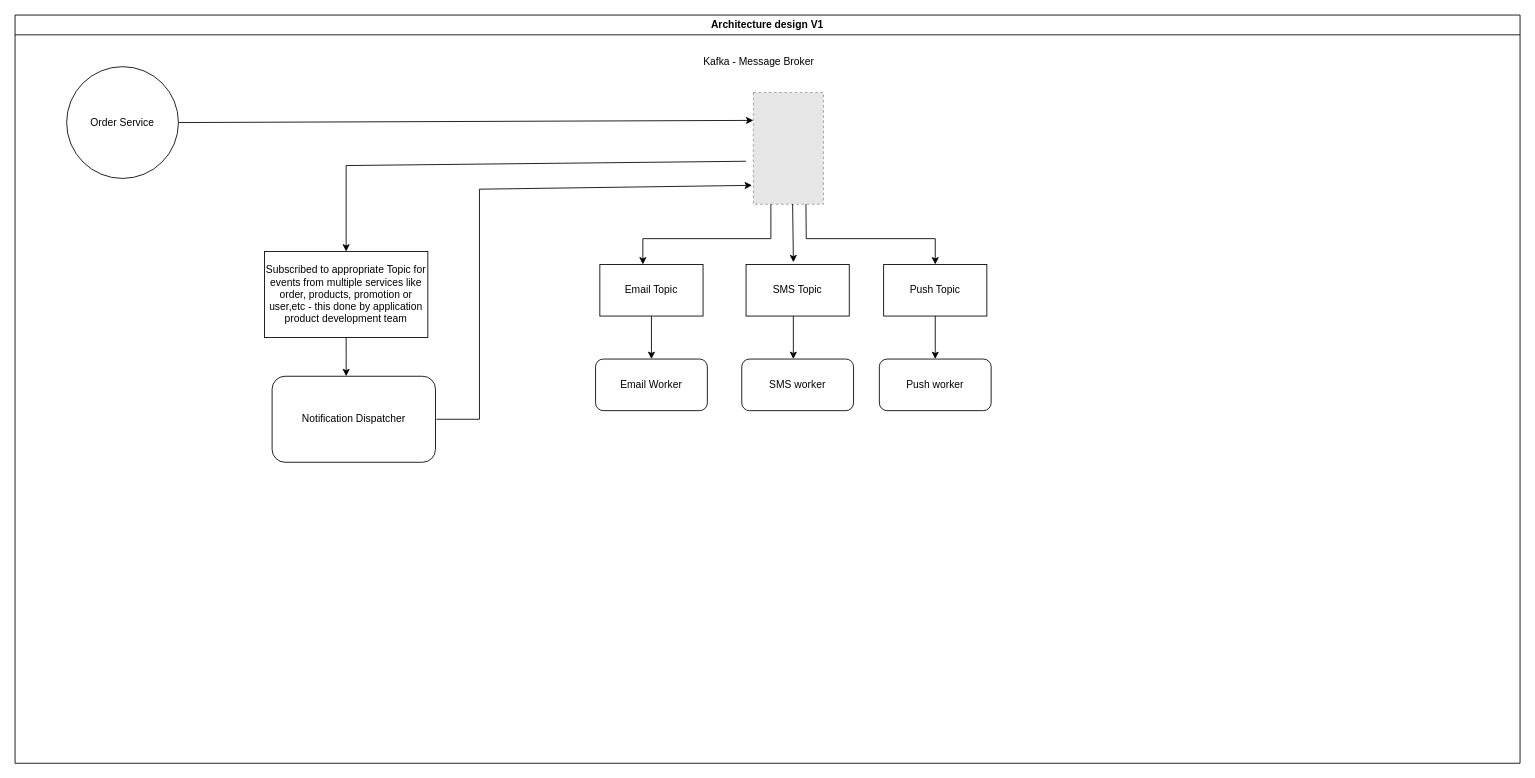
The draw.io diagram Simple-Notification-Service.drawio in Ramakrishna-ch/SystemDesign-HLD, before the edit. Source tidied: cells renumbered, new cells numbered last; positions are measured from the earlier drawing's top-left corner, leaving out a move shared by most shapes. Both pictures are drawn from the tidied source at 86%, with x=0, y=0 at pixel (15, 15). Pictures stored in the file or linked from it are replaced by grey dashed boxes.
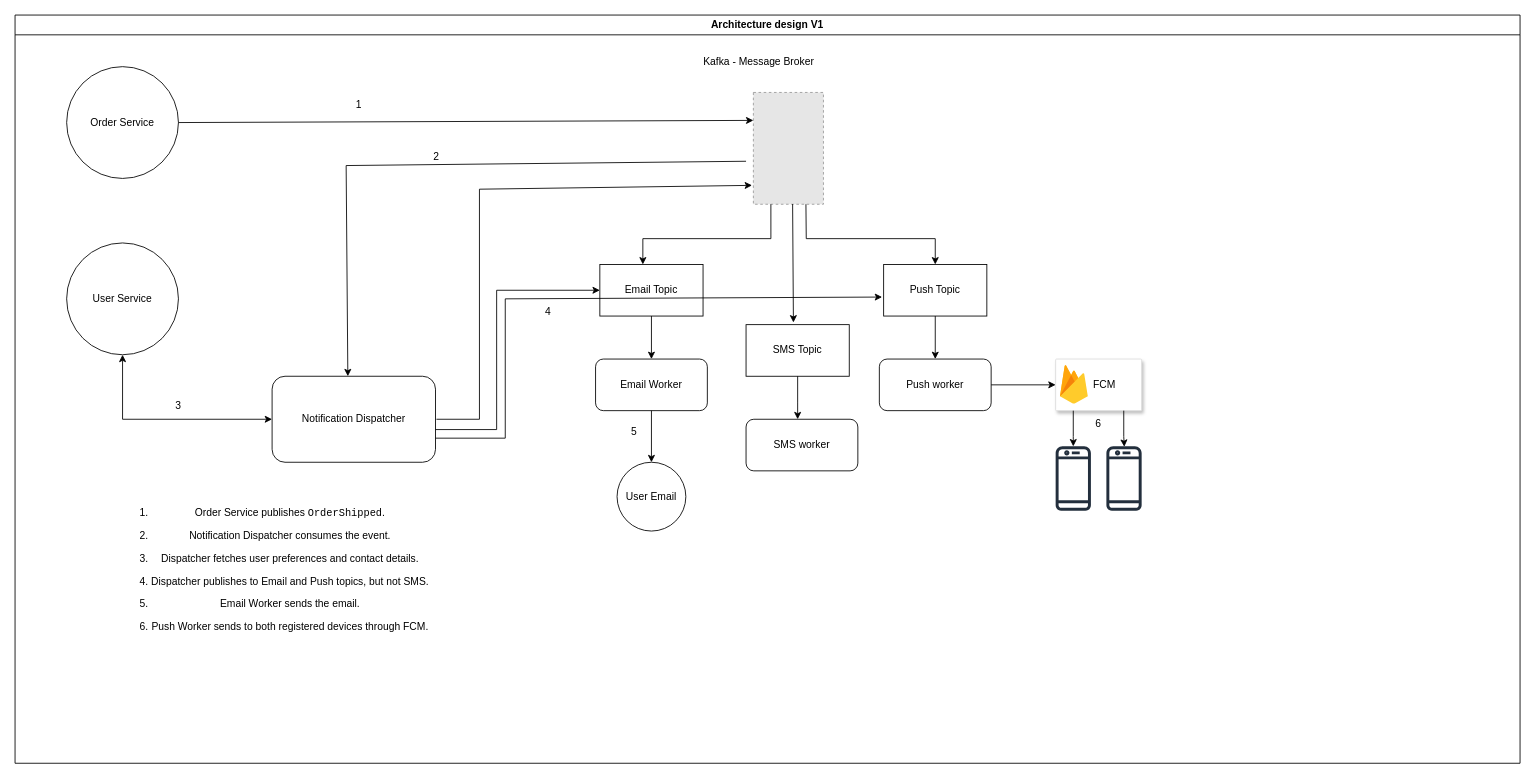
After the change.

The change refers to these unchanged cells:
```xml
<mxCell id="2" value="Architecture design V1" style="swimlane;whiteSpace=wrap;html=1;" parent="1" vertex="1">
  <mxGeometry width="1750" height="870" as="geometry" />
</mxCell>
<mxCell id="6" value="&lt;div&gt;Notification Dispatcher&lt;/div&gt;" style="rounded=1;whiteSpace=wrap;html=1;roundedPerimeter=1;" parent="2" vertex="1">
  <mxGeometry x="298.9" y="420" width="190" height="100" as="geometry" />
</mxCell>
<mxCell id="10" value="Email Topic" style="rounded=0;whiteSpace=wrap;html=1;" parent="2" vertex="1">
  <mxGeometry x="680" y="290" width="120" height="60" as="geometry" />
</mxCell>
<mxCell id="12" value="Push Topic" style="rounded=0;whiteSpace=wrap;html=1;" parent="2" vertex="1">
  <mxGeometry x="1010" y="290" width="120" height="60" as="geometry" />
</mxCell>
<mxCell id="20" value="Push worker" style="rounded=1;whiteSpace=wrap;html=1;roundedPerimeter=1;" parent="2" vertex="1">
  <mxGeometry x="1005" y="400" width="130" height="60" as="geometry" />
</mxCell>
```

Diff of the diagram source:
```diff
@@
-    <mxCell id="7" value="Subscribed to appropriate Topic for events from multiple services like order, products, promotion or user,etc - this done by application product development team" style="rounded=0;whiteSpace=wrap;html=1;" parent="2" vertex="1">
-      <mxGeometry x="290" y="275" width="190" height="100" as="geometry" />
-    </mxCell>
-    <mxCell id="8" style="endArrow=classic;html=1;rounded=0;defaultLabelBackgroundColor=page;labelPadding=0 4;entryX=0.5;entryY=0;entryDx=0;entryDy=0;" parent="2" edge="1" target="7">
-      <mxGeometry x="-0.1" relative="1" as="geometry">
+    <mxCell id="8" style="endArrow=classic;html=1;rounded=0;defaultLabelBackgroundColor=page;labelPadding=0 4;entryX=0.466;entryY=0.033;entryDx=0;entryDy=0;" parent="2" edge="1" target="6">
+      <mxGeometry x="-0.28" relative="1" as="geometry">
         <mxPoint x="850" y="170" as="sourcePoint" />
         <Array as="points">
           <mxPoint x="385" y="175" />
         </Array>
       </mxGeometry>
     </mxCell>
-    <mxCell id="9" style="endArrow=classic;html=1;rounded=0;defaultLabelBackgroundColor=page;labelPadding=0 4;exitX=0.5;exitY=1;exitDx=0;exitDy=0;entryX=0.458;entryY=0.05;entryDx=0;entryDy=0;" parent="2" edge="1" source="7" target="6">
-      <mxGeometry relative="1" as="geometry" />
-    </mxCell>
@@
     <mxCell id="11" value="SMS Topic" style="rounded=0;whiteSpace=wrap;html=1;" parent="2" vertex="1">
-      <mxGeometry x="850" y="290" width="120" height="60" as="geometry" />
+      <mxGeometry x="850" y="360" width="120" height="60" as="geometry" />
     </mxCell>
@@
     <mxCell id="19" value="SMS worker" style="rounded=1;whiteSpace=wrap;html=1;roundedPerimeter=1;" parent="2" vertex="1">
-      <mxGeometry x="845" y="400" width="130" height="60" as="geometry" />
+      <mxGeometry x="850" y="470" width="130" height="60" as="geometry" />
     </mxCell>
@@
     <mxCell id="22" style="endArrow=classic;html=1;rounded=0;defaultLabelBackgroundColor=page;labelPadding=0 4;exitX=0.5;exitY=1;exitDx=0;exitDy=0;" parent="2" edge="1">
       <mxGeometry relative="1" as="geometry">
-        <mxPoint x="905" y="350" as="sourcePoint" />
-        <mxPoint x="905" y="400" as="targetPoint" />
+        <mxPoint x="910" y="420" as="sourcePoint" />
+        <mxPoint x="910" y="470" as="targetPoint" />
+        <Array as="points">
+          <mxPoint x="910" y="450" />
+        </Array>
       </mxGeometry>
     </mxCell>
@@
+    <mxCell id="24" value="User Service" style="ellipse;whiteSpace=wrap;html=1;shapeInside=1;" parent="2" vertex="1">
+      <mxGeometry x="60" y="265" width="130" height="130" as="geometry" />
+    </mxCell>
+    <mxCell id="25" style="endArrow=classic;startArrow=classic;html=1;rounded=0;defaultLabelBackgroundColor=page;labelPadding=0 4;exitX=0.5;exitY=1;exitDx=0;exitDy=0;entryX=0;entryY=0.5;entryDx=0;entryDy=0;" parent="2" edge="1" source="24" target="6">
+      <mxGeometry relative="1" as="geometry">
+        <Array as="points">
+          <mxPoint x="125" y="470" />
+        </Array>
+      </mxGeometry>
+    </mxCell>
+    <mxCell id="26" style="fillColor=#ffffff;strokeColor=#dddddd;shadow=1;strokeWidth=1;rounded=1;absoluteArcSize=1;arcSize=2;" parent="2" vertex="1">
+      <mxGeometry x="1210" y="400" width="100" height="60" as="geometry" />
+    </mxCell>
+    <mxCell id="27" value="&lt;font color=&quot;#000000&quot;&gt;FCM&lt;/font&gt;" style="sketch=0;dashed=0;html=1;fillColor=#5184F3;strokeColor=none;shape=mxgraph.gcp2.firebase;labelPosition=right;verticalLabelPosition=middle;align=left;verticalAlign=middle;spacingLeft=5;fontColor=#999999;fontSize=12;labelPerimeter=1;" parent="26" vertex="1">
+      <mxGeometry width="32.4" height="45" relative="1" as="geometry">
+        <mxPoint x="5" y="7" as="offset" />
+      </mxGeometry>
+    </mxCell>
+    <mxCell id="28" style="endArrow=classic;html=1;rounded=0;defaultLabelBackgroundColor=page;labelPadding=0 4;exitX=1;exitY=0.5;exitDx=0;exitDy=0;entryX=0;entryY=0.5;entryDx=0;entryDy=0;" parent="2" edge="1" source="20" target="26">
+      <mxGeometry relative="1" as="geometry" />
+    </mxCell>
+    <mxCell id="29" value="&lt;ol&gt;&lt;li&gt;&lt;div&gt;&lt;div&gt;&lt;p&gt;&lt;span&gt;Order Service publishes &lt;/span&gt;&lt;code&gt;&lt;span&gt;OrderShipped&lt;/span&gt;&lt;/code&gt;&lt;span&gt;.&lt;/span&gt;&lt;/p&gt;&lt;/div&gt;&lt;/div&gt;&lt;/li&gt;&lt;li&gt;&lt;div&gt;&lt;div&gt;&lt;p&gt;&lt;span&gt;Notification Dispatcher consumes the event.&lt;/span&gt;&lt;/p&gt;&lt;/div&gt;&lt;/div&gt;&lt;/li&gt;&lt;li&gt;&lt;div&gt;&lt;div&gt;&lt;p&gt;&lt;span&gt;Dispatcher fetches user preferences and contact details.&lt;/span&gt;&lt;/p&gt;&lt;/div&gt;&lt;/div&gt;&lt;/li&gt;&lt;li&gt;&lt;div&gt;&lt;div&gt;&lt;p&gt;&lt;span&gt;Dispatcher publishes to Email and Push topics, but not SMS.&lt;/span&gt;&lt;/p&gt;&lt;/div&gt;&lt;/div&gt;&lt;/li&gt;&lt;li&gt;&lt;div&gt;&lt;div&gt;&lt;p&gt;&lt;span&gt;Email Worker sends the email.&lt;/span&gt;&lt;/p&gt;&lt;/div&gt;&lt;/div&gt;&lt;/li&gt;&lt;li&gt;&lt;div&gt;&lt;div&gt;&lt;p&gt;&lt;span&gt;Push Worker sends to both registered devices through FCM.&lt;/span&gt;&lt;/p&gt;&lt;/div&gt;&lt;/div&gt;&lt;/li&gt;&lt;/ol&gt;" style="text;html=1;whiteSpace=wrap;strokeColor=none;fillColor=none;align=center;verticalAlign=middle;rounded=0;" parent="2" vertex="1">
+      <mxGeometry x="60" y="560" width="480" height="170" as="geometry" />
+    </mxCell>
+    <mxCell id="30" value="1" style="text;html=1;whiteSpace=wrap;strokeColor=none;fillColor=none;align=center;verticalAlign=middle;rounded=0;" parent="2" vertex="1">
+      <mxGeometry x="370" y="90" width="60" height="30" as="geometry" />
+    </mxCell>
+    <mxCell id="31" value="2" style="text;html=1;whiteSpace=wrap;strokeColor=none;fillColor=none;align=center;verticalAlign=middle;rounded=0;" parent="2" vertex="1">
+      <mxGeometry x="460" y="150" width="60" height="30" as="geometry" />
+    </mxCell>
+    <mxCell id="32" value="3" style="text;html=1;whiteSpace=wrap;strokeColor=none;fillColor=none;align=center;verticalAlign=middle;rounded=0;" parent="2" vertex="1">
+      <mxGeometry x="160" y="440" width="60" height="30" as="geometry" />
+    </mxCell>
+    <mxCell id="33" style="endArrow=classic;html=1;rounded=0;defaultLabelBackgroundColor=page;labelPadding=0 4;entryX=0;entryY=0.5;entryDx=0;entryDy=0;" parent="2" edge="1" target="10">
+      <mxGeometry x="-0.72" relative="1" as="geometry">
+        <mxPoint x="489" y="482" as="sourcePoint" />
+        <Array as="points">
+          <mxPoint x="560" y="482" />
+          <mxPoint x="560" y="320" />
+        </Array>
+      </mxGeometry>
+    </mxCell>
+    <mxCell id="34" style="endArrow=classic;html=1;rounded=0;defaultLabelBackgroundColor=page;labelPadding=0 4;entryX=-0.015;entryY=0.632;entryDx=0;entryDy=0;entryPerimeter=0;" parent="2" edge="1" target="12">
+      <mxGeometry x="-0.86" relative="1" as="geometry">
+        <mxPoint x="489" y="492" as="sourcePoint" />
+        <Array as="points">
+          <mxPoint x="570" y="492" />
+          <mxPoint x="570" y="330" />
+        </Array>
+      </mxGeometry>
+    </mxCell>
+    <mxCell id="35" value="5" style="text;html=1;whiteSpace=wrap;strokeColor=none;fillColor=none;align=center;verticalAlign=middle;rounded=0;" parent="2" vertex="1">
+      <mxGeometry x="690" y="470" width="60" height="30" as="geometry" />
+    </mxCell>
+    <mxCell id="36" value="4" style="text;html=1;whiteSpace=wrap;strokeColor=none;fillColor=none;align=center;verticalAlign=middle;rounded=0;" parent="2" vertex="1">
+      <mxGeometry x="590" y="330" width="60" height="30" as="geometry" />
+    </mxCell>
+    <mxCell id="37" value="6" style="text;html=1;whiteSpace=wrap;strokeColor=none;fillColor=none;align=center;verticalAlign=middle;rounded=0;" parent="2" vertex="1">
+      <mxGeometry x="1230" y="460" width="60" height="30" as="geometry" />
+    </mxCell>
+    <mxCell id="38" value="User Email" style="ellipse;whiteSpace=wrap;html=1;shapeInside=1;" parent="2" vertex="1">
+      <mxGeometry x="700" y="520" width="80" height="80" as="geometry" />
+    </mxCell>
+    <mxCell id="39" style="endArrow=classic;html=1;rounded=0;defaultLabelBackgroundColor=page;labelPadding=0 4;exitX=0.5;exitY=1;exitDx=0;exitDy=0;entryX=0.5;entryY=0;entryDx=0;entryDy=0;" parent="2" edge="1" target="38">
+      <mxGeometry relative="1" as="geometry">
+        <mxPoint x="740" y="460" as="sourcePoint" />
+      </mxGeometry>
+    </mxCell>
+    <mxCell id="40" style="sketch=0;outlineConnect=0;fontColor=#232F3E;gradientColor=none;fillColor=#232F3D;strokeColor=none;dashed=0;verticalLabelPosition=bottom;verticalAlign=top;align=center;html=1;fontSize=12;fontStyle=0;shape=mxgraph.aws4.mobile_client;labelPerimeter=1;" parent="2" vertex="1">
+      <mxGeometry x="1210" y="500" width="41" height="78" as="geometry" />
+    </mxCell>
+    <mxCell id="41" style="sketch=0;fontColor=#232F3E;gradientColor=none;fillColor=#232F3D;strokeColor=none;dashed=0;verticalLabelPosition=bottom;verticalAlign=top;align=center;html=1;fontSize=12;fontStyle=0;shape=mxgraph.aws4.mobile_client;labelPerimeter=1;" parent="2" vertex="1">
+      <mxGeometry x="1269" y="500" width="41" height="78" as="geometry" />
+    </mxCell>
+    <mxCell id="42" style="endArrow=classic;html=1;rounded=0;defaultLabelBackgroundColor=page;labelPadding=0 4;exitX=0.5;exitY=1;exitDx=0;exitDy=0;" parent="2" edge="1" target="40">
+      <mxGeometry x="0.2" relative="1" as="geometry">
+        <mxPoint x="1230.5" y="460" as="sourcePoint" />
+        <Array as="points">
+          <mxPoint x="1230.5" y="490" />
+        </Array>
+      </mxGeometry>
+    </mxCell>
+    <mxCell id="43" style="endArrow=classic;html=1;rounded=0;defaultLabelBackgroundColor=page;labelPadding=0 4;exitX=0.5;exitY=1;exitDx=0;exitDy=0;" parent="2" edge="1">
+      <mxGeometry x="0.2" relative="1" as="geometry">
+        <mxPoint x="1289.2" y="460" as="sourcePoint" />
+        <mxPoint x="1289.8" y="502" as="targetPoint" />
+        <Array as="points">
+          <mxPoint x="1289.2" y="490" />
+        </Array>
+      </mxGeometry>
+    </mxCell>
```
